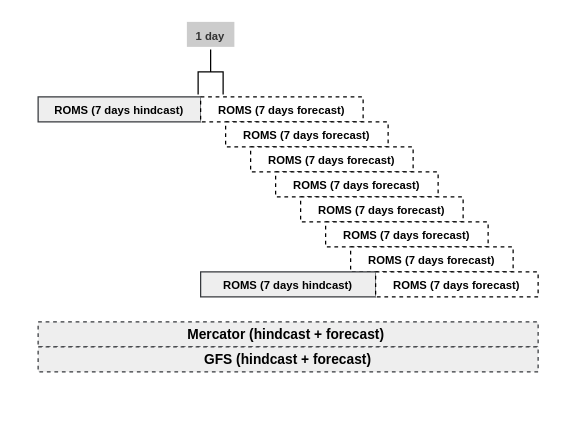
The draw.io diagram operational/forecast.drawio in fernandotcbarreto/ROMS, before the edit. Source tidied: cells renumbered, new cells numbered last; positions are measured from the earlier drawing's top-left corner, leaving out a move shared by most shapes. Both pictures are drawn from the tidied source at 125%, with x=0, y=0 at pixel (38, 21).
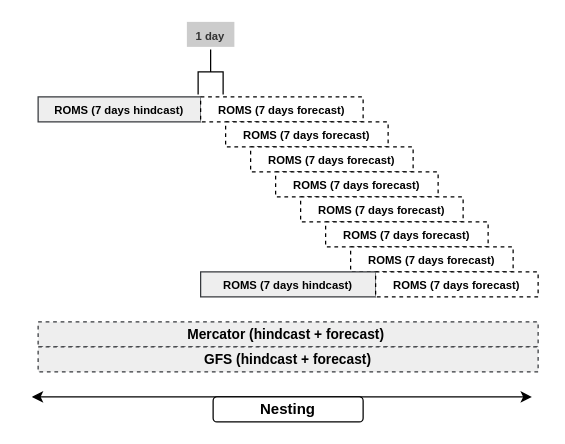
Above is the later version.

What changed in the source:
```diff
@@
 <mxGraphModel>
   <root>
     <mxCell id="0" />
     <mxCell id="1" parent="0" />
     <mxCell id="2" value="&lt;font size=&quot;1&quot;&gt;&lt;b style=&quot;font-size: 9px&quot;&gt;ROMS (7 days hindcast)&lt;/b&gt;&lt;/font&gt;" style="rounded=0;whiteSpace=wrap;html=1;fillColor=#eeeeee;strokeColor=#36393d;verticalAlign=middle;" parent="1" vertex="1">
       <mxGeometry y="60" width="130" height="20" as="geometry" />
     </mxCell>
     <mxCell id="3" value="&lt;font size=&quot;1&quot;&gt;&lt;b style=&quot;font-size: 9px&quot;&gt;ROMS (7 days forecast)&lt;/b&gt;&lt;/font&gt;" style="rounded=0;whiteSpace=wrap;html=1;verticalAlign=middle;dashed=1;" parent="1" vertex="1">
       <mxGeometry x="130" y="60" width="130" height="20" as="geometry" />
     </mxCell>
     <mxCell id="4" value="&lt;font size=&quot;1&quot;&gt;&lt;b style=&quot;font-size: 9px&quot;&gt;ROMS (7 days forecast)&lt;/b&gt;&lt;/font&gt;" style="rounded=0;whiteSpace=wrap;html=1;verticalAlign=middle;dashed=1;" parent="1" vertex="1">
       <mxGeometry x="150" y="80" width="130" height="20" as="geometry" />
     </mxCell>
     <mxCell id="5" value="&lt;font size=&quot;1&quot;&gt;&lt;b style=&quot;font-size: 9px&quot;&gt;ROMS (7 days forecast)&lt;/b&gt;&lt;/font&gt;" style="rounded=0;whiteSpace=wrap;html=1;verticalAlign=middle;dashed=1;" parent="1" vertex="1">
       <mxGeometry x="170" y="100" width="130" height="20" as="geometry" />
     </mxCell>
     <mxCell id="6" value="&lt;font size=&quot;1&quot;&gt;&lt;b style=&quot;font-size: 9px&quot;&gt;ROMS (7 days forecast)&lt;/b&gt;&lt;/font&gt;" style="rounded=0;whiteSpace=wrap;html=1;verticalAlign=middle;dashed=1;" parent="1" vertex="1">
       <mxGeometry x="190" y="120" width="130" height="20" as="geometry" />
     </mxCell>
     <mxCell id="7" value="&lt;font size=&quot;1&quot;&gt;&lt;b style=&quot;font-size: 9px&quot;&gt;ROMS (7 days forecast)&lt;/b&gt;&lt;/font&gt;" style="rounded=0;whiteSpace=wrap;html=1;verticalAlign=middle;dashed=1;" parent="1" vertex="1">
       <mxGeometry x="210" y="140" width="130" height="20" as="geometry" />
     </mxCell>
     <mxCell id="8" value="&lt;font size=&quot;1&quot;&gt;&lt;b style=&quot;font-size: 9px&quot;&gt;ROMS (7 days forecast)&lt;/b&gt;&lt;/font&gt;" style="rounded=0;whiteSpace=wrap;html=1;verticalAlign=middle;dashed=1;" parent="1" vertex="1">
       <mxGeometry x="230" y="160" width="130" height="20" as="geometry" />
     </mxCell>
     <mxCell id="9" value="&lt;font size=&quot;1&quot;&gt;&lt;b style=&quot;font-size: 9px&quot;&gt;ROMS (7 days forecast)&lt;/b&gt;&lt;/font&gt;" style="rounded=0;whiteSpace=wrap;html=1;verticalAlign=middle;dashed=1;" parent="1" vertex="1">
       <mxGeometry x="250" y="180" width="130" height="20" as="geometry" />
     </mxCell>
     <mxCell id="10" value="&lt;font size=&quot;1&quot;&gt;&lt;b style=&quot;font-size: 9px&quot;&gt;ROMS (7 days hindcast)&lt;/b&gt;&lt;/font&gt;" style="rounded=0;whiteSpace=wrap;html=1;fillColor=#eeeeee;strokeColor=#36393d;verticalAlign=middle;" parent="1" vertex="1">
       <mxGeometry x="130" y="200" width="140" height="20" as="geometry" />
     </mxCell>
     <mxCell id="11" value="&lt;font size=&quot;1&quot;&gt;&lt;b style=&quot;font-size: 9px&quot;&gt;ROMS (7 days forecast)&lt;/b&gt;&lt;/font&gt;" style="rounded=0;whiteSpace=wrap;html=1;verticalAlign=middle;dashed=1;" parent="1" vertex="1">
       <mxGeometry x="270" y="200" width="130" height="20" as="geometry" />
     </mxCell>
     <mxCell id="12" style="strokeWidth=1;html=1;shape=mxgraph.flowchart.annotation_2;align=left;labelPosition=right;rotation=90;" parent="1" vertex="1">
       <mxGeometry x="120" y="30" width="36" height="20" as="geometry" />
     </mxCell>
     <mxCell id="13" value="&lt;b&gt;&lt;font style=&quot;font-size: 9px&quot;&gt;1 day&lt;/font&gt;&lt;/b&gt;" style="text;html=1;align=center;verticalAlign=bottom;whiteSpace=wrap;rounded=0;perimeterSpacing=0;fontColor=#333333;fillColor=#CCCCCC;" parent="1" vertex="1">
       <mxGeometry x="119" width="38" height="20" as="geometry" />
     </mxCell>
     <mxCell id="14" value="&lt;font size=&quot;1&quot;&gt;&lt;b style=&quot;font-size: 11px&quot;&gt;Mercator (hindcast + forecast)&amp;nbsp;&lt;/b&gt;&lt;/font&gt;" style="rounded=0;whiteSpace=wrap;html=1;fillColor=#eeeeee;strokeColor=#36393d;verticalAlign=middle;dashed=1;" parent="1" vertex="1">
       <mxGeometry y="240" width="400" height="20" as="geometry" />
     </mxCell>
     <mxCell id="15" value="&lt;font size=&quot;1&quot;&gt;&lt;b style=&quot;font-size: 11px&quot;&gt;GFS&amp;nbsp;&lt;/b&gt;&lt;/font&gt;&lt;b style=&quot;font-size: 11px&quot;&gt;(&lt;/b&gt;&lt;b style=&quot;font-size: 11px&quot;&gt;hindcast + forecast&lt;/b&gt;&lt;b style=&quot;font-size: 11px&quot;&gt;)&lt;/b&gt;" style="rounded=0;whiteSpace=wrap;html=1;fillColor=#eeeeee;strokeColor=#36393d;verticalAlign=middle;dashed=1;" parent="1" vertex="1">
       <mxGeometry y="260" width="400" height="20" as="geometry" />
     </mxCell>
+    <mxCell id="16" style="endArrow=classic;startArrow=classic;html=1;" parent="1" edge="1">
+      <mxGeometry relative="1" as="geometry">
+        <mxPoint x="-5" y="300" as="sourcePoint" />
+        <mxPoint x="395" y="300" as="targetPoint" />
+      </mxGeometry>
+    </mxCell>
+    <mxCell id="17" value="&lt;b&gt;Nesting&lt;/b&gt;" style="rounded=1;whiteSpace=wrap;html=1;" parent="1" vertex="1">
+      <mxGeometry x="140" y="300" width="120" height="20" as="geometry" />
+    </mxCell>
   </root>
 </mxGraphModel>
```
